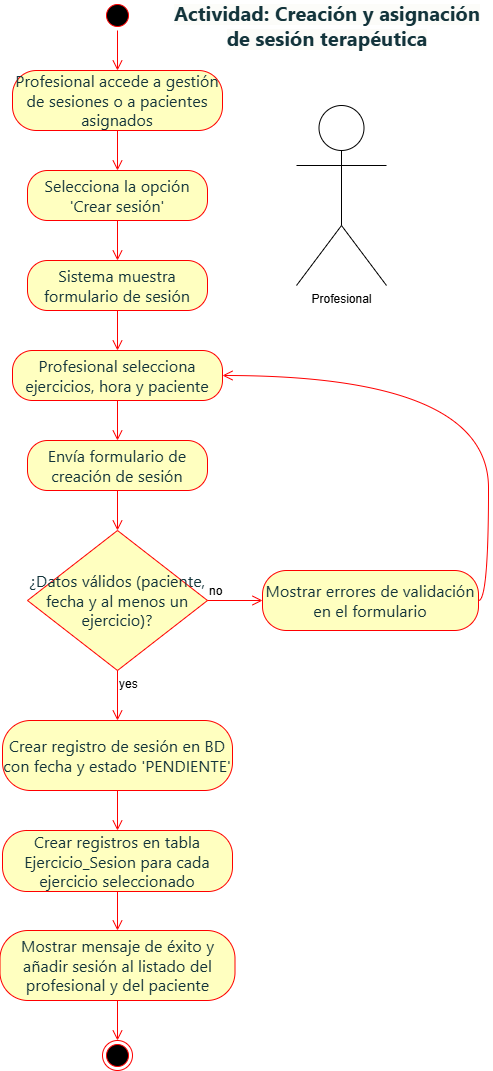
This is doc/TerapiTrack_Documentación_Técnica/img/actividad_crear_ejercicio.png from lanchares/TerapiTrack, a draw.io export, as it was before one commit. Source tidied: cells renumbered, new cells last; positions are measured from the earlier drawing's top-left corner, leaving out a move shared by most shapes. The source it was exported from:
```xml
<mxGraphModel>
  <root>
    <mxCell id="0" />
    <mxCell id="1" parent="0" />
    <mxCell id="2" style="ellipse;html=1;shape=startState;fillColor=#000000;strokeColor=#ff0000;" parent="1" vertex="1">
      <mxGeometry x="102" width="30" height="30" as="geometry" />
    </mxCell>
    <mxCell id="3" style="edgeStyle=orthogonalEdgeStyle;html=1;verticalAlign=bottom;endArrow=open;endSize=8;strokeColor=#ff0000;rounded=0;fontSize=12;curved=1;entryX=0.5;entryY=0;entryDx=0;entryDy=0;" parent="1" edge="1" source="2" target="4">
      <mxGeometry relative="1" as="geometry" />
    </mxCell>
    <mxCell id="4" value="&lt;span style=&quot;color: oklch(0.3039 0.04 213.68); font-family: fkGroteskNeue, ui-sans-serif, system-ui, -apple-system, BlinkMacSystemFont, &amp;quot;Segoe UI&amp;quot;, Roboto, &amp;quot;Helvetica Neue&amp;quot;, Arial, &amp;quot;Noto Sans&amp;quot;, sans-serif, &amp;quot;Apple Color Emoji&amp;quot;, &amp;quot;Segoe UI Emoji&amp;quot;, &amp;quot;Segoe UI Symbol&amp;quot;, &amp;quot;Noto Color Emoji&amp;quot;, &amp;quot;Hiragino Sans&amp;quot;, &amp;quot;PingFang SC&amp;quot;, &amp;quot;Apple SD Gothic Neo&amp;quot;, &amp;quot;Yu Gothic&amp;quot;, &amp;quot;Microsoft YaHei&amp;quot;, &amp;quot;Microsoft JhengHei&amp;quot;, Meiryo; font-size: 16px; letter-spacing: 0.08px; text-align: start;&quot;&gt;Profesional accede a gestión de sesiones o a pacientes asignados&lt;/span&gt;" style="rounded=1;whiteSpace=wrap;html=1;arcSize=40;fontColor=#000000;fillColor=#ffffc0;strokeColor=#ff0000;" parent="1" vertex="1">
      <mxGeometry x="12" y="70" width="210" height="60" as="geometry" />
    </mxCell>
    <mxCell id="5" style="edgeStyle=orthogonalEdgeStyle;html=1;verticalAlign=bottom;endArrow=open;endSize=8;strokeColor=#ff0000;rounded=0;fontSize=12;curved=1;entryX=0.5;entryY=0;entryDx=0;entryDy=0;" parent="1" edge="1" source="4" target="6">
      <mxGeometry relative="1" as="geometry" />
    </mxCell>
    <mxCell id="6" value="&lt;span style=&quot;color: oklch(0.3039 0.04 213.68); font-family: fkGroteskNeue, ui-sans-serif, system-ui, -apple-system, BlinkMacSystemFont, &amp;quot;Segoe UI&amp;quot;, Roboto, &amp;quot;Helvetica Neue&amp;quot;, Arial, &amp;quot;Noto Sans&amp;quot;, sans-serif, &amp;quot;Apple Color Emoji&amp;quot;, &amp;quot;Segoe UI Emoji&amp;quot;, &amp;quot;Segoe UI Symbol&amp;quot;, &amp;quot;Noto Color Emoji&amp;quot;, &amp;quot;Hiragino Sans&amp;quot;, &amp;quot;PingFang SC&amp;quot;, &amp;quot;Apple SD Gothic Neo&amp;quot;, &amp;quot;Yu Gothic&amp;quot;, &amp;quot;Microsoft YaHei&amp;quot;, &amp;quot;Microsoft JhengHei&amp;quot;, Meiryo; font-size: 16px; letter-spacing: 0.08px; text-align: start;&quot;&gt;Selecciona la opción 'Crear sesión'&lt;/span&gt;" style="rounded=1;whiteSpace=wrap;html=1;arcSize=40;fontColor=#000000;fillColor=#ffffc0;strokeColor=#ff0000;" parent="1" vertex="1">
      <mxGeometry x="27" y="170" width="180" height="50" as="geometry" />
    </mxCell>
    <mxCell id="7" style="edgeStyle=orthogonalEdgeStyle;html=1;verticalAlign=bottom;endArrow=open;endSize=8;strokeColor=#ff0000;rounded=0;fontSize=12;curved=1;entryX=0.5;entryY=0;entryDx=0;entryDy=0;" parent="1" edge="1" source="6" target="8">
      <mxGeometry relative="1" as="geometry" />
    </mxCell>
    <mxCell id="8" value="&lt;span style=&quot;color: oklch(0.3039 0.04 213.68); font-family: fkGroteskNeue, ui-sans-serif, system-ui, -apple-system, BlinkMacSystemFont, &amp;quot;Segoe UI&amp;quot;, Roboto, &amp;quot;Helvetica Neue&amp;quot;, Arial, &amp;quot;Noto Sans&amp;quot;, sans-serif, &amp;quot;Apple Color Emoji&amp;quot;, &amp;quot;Segoe UI Emoji&amp;quot;, &amp;quot;Segoe UI Symbol&amp;quot;, &amp;quot;Noto Color Emoji&amp;quot;, &amp;quot;Hiragino Sans&amp;quot;, &amp;quot;PingFang SC&amp;quot;, &amp;quot;Apple SD Gothic Neo&amp;quot;, &amp;quot;Yu Gothic&amp;quot;, &amp;quot;Microsoft YaHei&amp;quot;, &amp;quot;Microsoft JhengHei&amp;quot;, Meiryo; font-size: 16px; letter-spacing: 0.08px; text-align: start;&quot;&gt;Sistema muestra formulario de sesión&lt;/span&gt;" style="rounded=1;whiteSpace=wrap;html=1;arcSize=40;fontColor=#000000;fillColor=#ffffc0;strokeColor=#ff0000;" parent="1" vertex="1">
      <mxGeometry x="27" y="260" width="180" height="50" as="geometry" />
    </mxCell>
    <mxCell id="9" style="edgeStyle=orthogonalEdgeStyle;html=1;verticalAlign=bottom;endArrow=open;endSize=8;strokeColor=#ff0000;rounded=0;fontSize=12;curved=1;entryX=0.5;entryY=0;entryDx=0;entryDy=0;" parent="1" edge="1" source="8" target="12">
      <mxGeometry relative="1" as="geometry" />
    </mxCell>
    <mxCell id="10" value="Profesional" style="shape=umlActor;verticalLabelPosition=bottom;verticalAlign=top;html=1;" parent="1" vertex="1">
      <mxGeometry x="296" y="105" width="90" height="180" as="geometry" />
    </mxCell>
    <mxCell id="11" value="&lt;span style=&quot;color: oklch(0.3039 0.04 213.68); font-family: fkGroteskNeue, ui-sans-serif, system-ui, -apple-system, BlinkMacSystemFont, &amp;quot;Segoe UI&amp;quot;, Roboto, &amp;quot;Helvetica Neue&amp;quot;, Arial, &amp;quot;Noto Sans&amp;quot;, sans-serif, &amp;quot;Apple Color Emoji&amp;quot;, &amp;quot;Segoe UI Emoji&amp;quot;, &amp;quot;Segoe UI Symbol&amp;quot;, &amp;quot;Noto Color Emoji&amp;quot;, &amp;quot;Hiragino Sans&amp;quot;, &amp;quot;PingFang SC&amp;quot;, &amp;quot;Apple SD Gothic Neo&amp;quot;, &amp;quot;Yu Gothic&amp;quot;, &amp;quot;Microsoft YaHei&amp;quot;, &amp;quot;Microsoft JhengHei&amp;quot;, Meiryo; letter-spacing: 0.08px; text-align: start; background-color: oklch(0.9902 0.004 106.47);&quot;&gt;&lt;b&gt;&lt;font style=&quot;font-size: 20px;&quot;&gt;Actividad: Creación y asignación de sesión terapéutica&lt;/font&gt;&lt;/b&gt;&lt;/span&gt;" style="text;html=1;whiteSpace=wrap;strokeColor=none;fillColor=none;align=center;verticalAlign=middle;rounded=0;fontSize=16;" parent="1" vertex="1">
      <mxGeometry x="162" y="10" width="330" height="30" as="geometry" />
    </mxCell>
    <mxCell id="12" value="&lt;span style=&quot;color: oklch(0.3039 0.04 213.68); font-family: fkGroteskNeue, ui-sans-serif, system-ui, -apple-system, BlinkMacSystemFont, &amp;quot;Segoe UI&amp;quot;, Roboto, &amp;quot;Helvetica Neue&amp;quot;, Arial, &amp;quot;Noto Sans&amp;quot;, sans-serif, &amp;quot;Apple Color Emoji&amp;quot;, &amp;quot;Segoe UI Emoji&amp;quot;, &amp;quot;Segoe UI Symbol&amp;quot;, &amp;quot;Noto Color Emoji&amp;quot;, &amp;quot;Hiragino Sans&amp;quot;, &amp;quot;PingFang SC&amp;quot;, &amp;quot;Apple SD Gothic Neo&amp;quot;, &amp;quot;Yu Gothic&amp;quot;, &amp;quot;Microsoft YaHei&amp;quot;, &amp;quot;Microsoft JhengHei&amp;quot;, Meiryo; font-size: 16px; letter-spacing: 0.08px; text-align: start;&quot;&gt;Profesional selecciona ejercicios, hora y paciente&lt;/span&gt;" style="rounded=1;whiteSpace=wrap;html=1;arcSize=40;fontColor=#000000;fillColor=#ffffc0;strokeColor=#ff0000;" parent="1" vertex="1">
      <mxGeometry x="12" y="350" width="210" height="50" as="geometry" />
    </mxCell>
    <mxCell id="13" style="edgeStyle=orthogonalEdgeStyle;html=1;verticalAlign=bottom;endArrow=open;endSize=8;strokeColor=#ff0000;rounded=0;fontSize=12;curved=1;entryX=0.5;entryY=0;entryDx=0;entryDy=0;" parent="1" edge="1" source="12" target="14">
      <mxGeometry relative="1" as="geometry" />
    </mxCell>
    <mxCell id="14" value="&lt;span style=&quot;color: oklch(0.3039 0.04 213.68); font-family: fkGroteskNeue, ui-sans-serif, system-ui, -apple-system, BlinkMacSystemFont, &amp;quot;Segoe UI&amp;quot;, Roboto, &amp;quot;Helvetica Neue&amp;quot;, Arial, &amp;quot;Noto Sans&amp;quot;, sans-serif, &amp;quot;Apple Color Emoji&amp;quot;, &amp;quot;Segoe UI Emoji&amp;quot;, &amp;quot;Segoe UI Symbol&amp;quot;, &amp;quot;Noto Color Emoji&amp;quot;, &amp;quot;Hiragino Sans&amp;quot;, &amp;quot;PingFang SC&amp;quot;, &amp;quot;Apple SD Gothic Neo&amp;quot;, &amp;quot;Yu Gothic&amp;quot;, &amp;quot;Microsoft YaHei&amp;quot;, &amp;quot;Microsoft JhengHei&amp;quot;, Meiryo; font-size: 16px; letter-spacing: 0.08px; text-align: start;&quot;&gt;Envía formulario de creación de sesión&lt;/span&gt;" style="rounded=1;whiteSpace=wrap;html=1;arcSize=40;fontColor=#000000;fillColor=#ffffc0;strokeColor=#ff0000;" parent="1" vertex="1">
      <mxGeometry x="27" y="440" width="180" height="50" as="geometry" />
    </mxCell>
    <mxCell id="15" style="edgeStyle=orthogonalEdgeStyle;html=1;verticalAlign=bottom;endArrow=open;endSize=8;strokeColor=#ff0000;rounded=0;fontSize=12;curved=1;entryX=0.5;entryY=0;entryDx=0;entryDy=0;" parent="1" edge="1" source="14" target="16">
      <mxGeometry relative="1" as="geometry" />
    </mxCell>
    <mxCell id="16" value="&lt;span style=&quot;color: oklch(0.3039 0.04 213.68); font-family: fkGroteskNeue, ui-sans-serif, system-ui, -apple-system, BlinkMacSystemFont, &amp;quot;Segoe UI&amp;quot;, Roboto, &amp;quot;Helvetica Neue&amp;quot;, Arial, &amp;quot;Noto Sans&amp;quot;, sans-serif, &amp;quot;Apple Color Emoji&amp;quot;, &amp;quot;Segoe UI Emoji&amp;quot;, &amp;quot;Segoe UI Symbol&amp;quot;, &amp;quot;Noto Color Emoji&amp;quot;, &amp;quot;Hiragino Sans&amp;quot;, &amp;quot;PingFang SC&amp;quot;, &amp;quot;Apple SD Gothic Neo&amp;quot;, &amp;quot;Yu Gothic&amp;quot;, &amp;quot;Microsoft YaHei&amp;quot;, &amp;quot;Microsoft JhengHei&amp;quot;, Meiryo; font-size: 16px; letter-spacing: 0.08px; text-align: start;&quot;&gt;¿Datos válidos (paciente, fecha y al menos un ejercicio)?&lt;/span&gt;" style="rhombus;whiteSpace=wrap;html=1;fontColor=#000000;fillColor=#ffffc0;strokeColor=#ff0000;" parent="1" vertex="1">
      <mxGeometry x="27" y="530" width="180" height="140" as="geometry" />
    </mxCell>
    <mxCell id="17" value="no" style="edgeStyle=orthogonalEdgeStyle;html=1;align=left;verticalAlign=bottom;endArrow=open;endSize=8;strokeColor=#ff0000;rounded=0;fontSize=12;curved=1;entryX=0;entryY=0.5;entryDx=0;entryDy=0;" parent="1" edge="1" source="16" target="19">
      <mxGeometry x="-1" relative="1" as="geometry" />
    </mxCell>
    <mxCell id="18" value="yes" style="edgeStyle=orthogonalEdgeStyle;html=1;align=left;verticalAlign=top;endArrow=open;endSize=8;strokeColor=#ff0000;rounded=0;fontSize=12;curved=1;entryX=0.5;entryY=0;entryDx=0;entryDy=0;" parent="1" edge="1" source="16" target="21">
      <mxGeometry x="-1" relative="1" as="geometry" />
    </mxCell>
    <mxCell id="19" value="&lt;span style=&quot;color: oklch(0.3039 0.04 213.68); font-family: fkGroteskNeue, ui-sans-serif, system-ui, -apple-system, BlinkMacSystemFont, &amp;quot;Segoe UI&amp;quot;, Roboto, &amp;quot;Helvetica Neue&amp;quot;, Arial, &amp;quot;Noto Sans&amp;quot;, sans-serif, &amp;quot;Apple Color Emoji&amp;quot;, &amp;quot;Segoe UI Emoji&amp;quot;, &amp;quot;Segoe UI Symbol&amp;quot;, &amp;quot;Noto Color Emoji&amp;quot;, &amp;quot;Hiragino Sans&amp;quot;, &amp;quot;PingFang SC&amp;quot;, &amp;quot;Apple SD Gothic Neo&amp;quot;, &amp;quot;Yu Gothic&amp;quot;, &amp;quot;Microsoft YaHei&amp;quot;, &amp;quot;Microsoft JhengHei&amp;quot;, Meiryo; font-size: 16px; letter-spacing: 0.08px; text-align: start;&quot;&gt;Mostrar errores de validación en el formulario&lt;/span&gt;" style="rounded=1;whiteSpace=wrap;html=1;arcSize=40;fontColor=#000000;fillColor=#ffffc0;strokeColor=#ff0000;" parent="1" vertex="1">
      <mxGeometry x="262" y="570" width="216" height="60" as="geometry" />
    </mxCell>
    <mxCell id="20" style="edgeStyle=orthogonalEdgeStyle;html=1;verticalAlign=bottom;endArrow=open;endSize=8;strokeColor=#ff0000;rounded=0;fontSize=12;curved=1;entryX=1;entryY=0.5;entryDx=0;entryDy=0;exitX=1;exitY=0.5;exitDx=0;exitDy=0;" parent="1" edge="1" source="19" target="12">
      <mxGeometry relative="1" as="geometry" />
    </mxCell>
    <mxCell id="21" value="&lt;span style=&quot;color: oklch(0.3039 0.04 213.68); font-family: fkGroteskNeue, ui-sans-serif, system-ui, -apple-system, BlinkMacSystemFont, &amp;quot;Segoe UI&amp;quot;, Roboto, &amp;quot;Helvetica Neue&amp;quot;, Arial, &amp;quot;Noto Sans&amp;quot;, sans-serif, &amp;quot;Apple Color Emoji&amp;quot;, &amp;quot;Segoe UI Emoji&amp;quot;, &amp;quot;Segoe UI Symbol&amp;quot;, &amp;quot;Noto Color Emoji&amp;quot;, &amp;quot;Hiragino Sans&amp;quot;, &amp;quot;PingFang SC&amp;quot;, &amp;quot;Apple SD Gothic Neo&amp;quot;, &amp;quot;Yu Gothic&amp;quot;, &amp;quot;Microsoft YaHei&amp;quot;, &amp;quot;Microsoft JhengHei&amp;quot;, Meiryo; font-size: 16px; letter-spacing: 0.08px; text-align: start;&quot;&gt;Crear registro de sesión en BD con fecha y estado 'PENDIENTE'&lt;/span&gt;" style="rounded=1;whiteSpace=wrap;html=1;arcSize=40;fontColor=#000000;fillColor=#ffffc0;strokeColor=#ff0000;" parent="1" vertex="1">
      <mxGeometry x="2" y="720" width="230" height="70" as="geometry" />
    </mxCell>
    <mxCell id="22" style="edgeStyle=orthogonalEdgeStyle;html=1;verticalAlign=bottom;endArrow=open;endSize=8;strokeColor=#ff0000;rounded=0;fontSize=12;curved=1;entryX=0.5;entryY=0;entryDx=0;entryDy=0;" parent="1" edge="1" source="21" target="23">
      <mxGeometry relative="1" as="geometry" />
    </mxCell>
    <mxCell id="23" value="&lt;span style=&quot;color: oklch(0.3039 0.04 213.68); font-family: fkGroteskNeue, ui-sans-serif, system-ui, -apple-system, BlinkMacSystemFont, &amp;quot;Segoe UI&amp;quot;, Roboto, &amp;quot;Helvetica Neue&amp;quot;, Arial, &amp;quot;Noto Sans&amp;quot;, sans-serif, &amp;quot;Apple Color Emoji&amp;quot;, &amp;quot;Segoe UI Emoji&amp;quot;, &amp;quot;Segoe UI Symbol&amp;quot;, &amp;quot;Noto Color Emoji&amp;quot;, &amp;quot;Hiragino Sans&amp;quot;, &amp;quot;PingFang SC&amp;quot;, &amp;quot;Apple SD Gothic Neo&amp;quot;, &amp;quot;Yu Gothic&amp;quot;, &amp;quot;Microsoft YaHei&amp;quot;, &amp;quot;Microsoft JhengHei&amp;quot;, Meiryo; font-size: 16px; letter-spacing: 0.08px; text-align: start;&quot;&gt;Crear registros en tabla Ejercicio_Sesion para cada ejercicio seleccionado&lt;/span&gt;" style="rounded=1;whiteSpace=wrap;html=1;arcSize=40;fontColor=#000000;fillColor=#ffffc0;strokeColor=#ff0000;" parent="1" vertex="1">
      <mxGeometry x="2" y="830" width="230" height="61" as="geometry" />
    </mxCell>
    <mxCell id="24" style="edgeStyle=orthogonalEdgeStyle;html=1;verticalAlign=bottom;endArrow=open;endSize=8;strokeColor=#ff0000;rounded=0;fontSize=12;curved=1;entryX=0.5;entryY=0;entryDx=0;entryDy=0;" parent="1" edge="1" source="23" target="25">
      <mxGeometry relative="1" as="geometry" />
    </mxCell>
    <mxCell id="25" value="&lt;span style=&quot;color: oklch(0.3039 0.04 213.68); font-family: fkGroteskNeue, ui-sans-serif, system-ui, -apple-system, BlinkMacSystemFont, &amp;quot;Segoe UI&amp;quot;, Roboto, &amp;quot;Helvetica Neue&amp;quot;, Arial, &amp;quot;Noto Sans&amp;quot;, sans-serif, &amp;quot;Apple Color Emoji&amp;quot;, &amp;quot;Segoe UI Emoji&amp;quot;, &amp;quot;Segoe UI Symbol&amp;quot;, &amp;quot;Noto Color Emoji&amp;quot;, &amp;quot;Hiragino Sans&amp;quot;, &amp;quot;PingFang SC&amp;quot;, &amp;quot;Apple SD Gothic Neo&amp;quot;, &amp;quot;Yu Gothic&amp;quot;, &amp;quot;Microsoft YaHei&amp;quot;, &amp;quot;Microsoft JhengHei&amp;quot;, Meiryo; font-size: 16px; letter-spacing: 0.08px; text-align: start;&quot;&gt;Mostrar mensaje de éxito y añadir sesión al listado del profesional y del paciente&lt;/span&gt;" style="rounded=1;whiteSpace=wrap;html=1;arcSize=40;fontColor=#000000;fillColor=#ffffc0;strokeColor=#ff0000;" parent="1" vertex="1">
      <mxGeometry x="-0.5" y="930" width="235" height="70" as="geometry" />
    </mxCell>
    <mxCell id="26" style="edgeStyle=orthogonalEdgeStyle;html=1;verticalAlign=bottom;endArrow=open;endSize=8;strokeColor=#ff0000;rounded=0;fontSize=12;curved=1;entryX=0.5;entryY=0;entryDx=0;entryDy=0;" parent="1" edge="1" source="25" target="27">
      <mxGeometry relative="1" as="geometry" />
    </mxCell>
    <mxCell id="27" style="ellipse;html=1;shape=endState;fillColor=#000000;strokeColor=#ff0000;" parent="1" vertex="1">
      <mxGeometry x="102" y="1040" width="30" height="30" as="geometry" />
    </mxCell>
  </root>
</mxGraphModel>
```
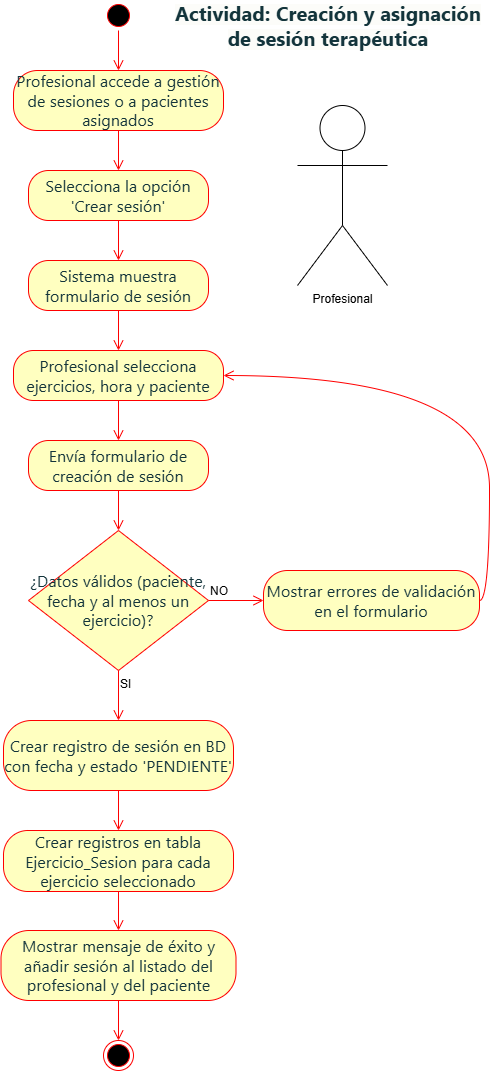
Above is the later version.

Change to the diagram source:
```diff
@@ -47,10 +47,10 @@
     <mxCell id="16" value="&lt;span style=&quot;color: oklch(0.3039 0.04 213.68); font-family: fkGroteskNeue, ui-sans-serif, system-ui, -apple-system, BlinkMacSystemFont, &amp;quot;Segoe UI&amp;quot;, Roboto, &amp;quot;Helvetica Neue&amp;quot;, Arial, &amp;quot;Noto Sans&amp;quot;, sans-serif, &amp;quot;Apple Color Emoji&amp;quot;, &amp;quot;Segoe UI Emoji&amp;quot;, &amp;quot;Segoe UI Symbol&amp;quot;, &amp;quot;Noto Color Emoji&amp;quot;, &amp;quot;Hiragino Sans&amp;quot;, &amp;quot;PingFang SC&amp;quot;, &amp;quot;Apple SD Gothic Neo&amp;quot;, &amp;quot;Yu Gothic&amp;quot;, &amp;quot;Microsoft YaHei&amp;quot;, &amp;quot;Microsoft JhengHei&amp;quot;, Meiryo; font-size: 16px; letter-spacing: 0.08px; text-align: start;&quot;&gt;¿Datos válidos (paciente, fecha y al menos un ejercicio)?&lt;/span&gt;" style="rhombus;whiteSpace=wrap;html=1;fontColor=#000000;fillColor=#ffffc0;strokeColor=#ff0000;" parent="1" vertex="1">
       <mxGeometry x="27" y="530" width="180" height="140" as="geometry" />
     </mxCell>
-    <mxCell id="17" value="no" style="edgeStyle=orthogonalEdgeStyle;html=1;align=left;verticalAlign=bottom;endArrow=open;endSize=8;strokeColor=#ff0000;rounded=0;fontSize=12;curved=1;entryX=0;entryY=0.5;entryDx=0;entryDy=0;" parent="1" edge="1" source="16" target="19">
+    <mxCell id="17" value="NO" style="edgeStyle=orthogonalEdgeStyle;html=1;align=left;verticalAlign=bottom;endArrow=open;endSize=8;strokeColor=#ff0000;rounded=0;fontSize=12;curved=1;entryX=0;entryY=0.5;entryDx=0;entryDy=0;" parent="1" edge="1" source="16" target="19">
       <mxGeometry x="-1" relative="1" as="geometry" />
     </mxCell>
-    <mxCell id="18" value="yes" style="edgeStyle=orthogonalEdgeStyle;html=1;align=left;verticalAlign=top;endArrow=open;endSize=8;strokeColor=#ff0000;rounded=0;fontSize=12;curved=1;entryX=0.5;entryY=0;entryDx=0;entryDy=0;" parent="1" edge="1" source="16" target="21">
+    <mxCell id="18" value="SI" style="edgeStyle=orthogonalEdgeStyle;html=1;align=left;verticalAlign=top;endArrow=open;endSize=8;strokeColor=#ff0000;rounded=0;fontSize=12;curved=1;entryX=0.5;entryY=0;entryDx=0;entryDy=0;" parent="1" edge="1" source="16" target="21">
       <mxGeometry x="-1" relative="1" as="geometry" />
     </mxCell>
     <mxCell id="19" value="&lt;span style=&quot;color: oklch(0.3039 0.04 213.68); font-family: fkGroteskNeue, ui-sans-serif, system-ui, -apple-system, BlinkMacSystemFont, &amp;quot;Segoe UI&amp;quot;, Roboto, &amp;quot;Helvetica Neue&amp;quot;, Arial, &amp;quot;Noto Sans&amp;quot;, sans-serif, &amp;quot;Apple Color Emoji&amp;quot;, &amp;quot;Segoe UI Emoji&amp;quot;, &amp;quot;Segoe UI Symbol&amp;quot;, &amp;quot;Noto Color Emoji&amp;quot;, &amp;quot;Hiragino Sans&amp;quot;, &amp;quot;PingFang SC&amp;quot;, &amp;quot;Apple SD Gothic Neo&amp;quot;, &amp;quot;Yu Gothic&amp;quot;, &amp;quot;Microsoft YaHei&amp;quot;, &amp;quot;Microsoft JhengHei&amp;quot;, Meiryo; font-size: 16px; letter-spacing: 0.08px; text-align: start;&quot;&gt;Mostrar errores de validación en el formulario&lt;/span&gt;" style="rounded=1;whiteSpace=wrap;html=1;arcSize=40;fontColor=#000000;fillColor=#ffffc0;strokeColor=#ff0000;" parent="1" vertex="1">
```
